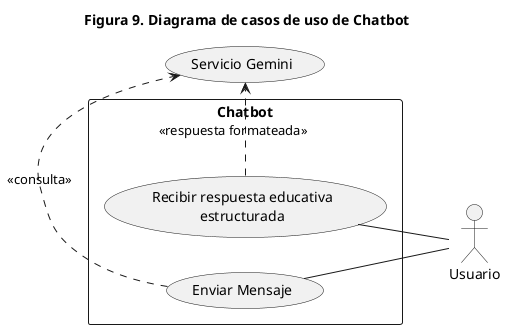
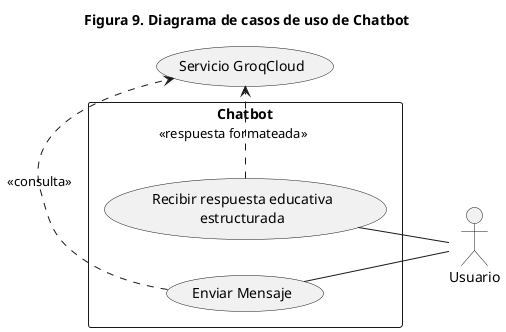
@startuml
left to right direction
title Figura 9. Diagrama de casos de uso de Chatbot
actor "Usuario" as user

rectangle "Chatbot\n\n" {
  usecase "Enviar Mensaje" as UC_SEND_MESSAGE
  usecase "Recibir respuesta educativa\nestructurada" as UC_RECEIVE_MESSAGE
}

user -- UC_SEND_MESSAGE
UC_RECEIVE_MESSAGE -- user

- UC_SEND_MESSAGE .> (Servicio Gemini) : <<consulta>>
- UC_RECEIVE_MESSAGE .> (Servicio Gemini) : <<respuesta formateada>>
+ UC_SEND_MESSAGE .> (Servicio GroqCloud) : <<consulta>>
+ UC_RECEIVE_MESSAGE .> (Servicio GroqCloud) : <<respuesta formateada>>
@enduml
